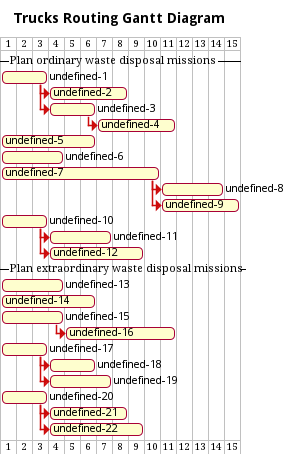
SmartWasteCollection/project-management keeps this PlantUML diagram as uml/gantt-trucks-routing.pm.png. Above is the earlier version.
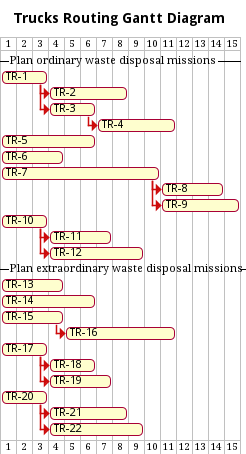
Above is the later version.

Change to the diagram source:
```diff
@@ -1,7 +1,7 @@
 @startgantt
 !include ../metamodels/gantt.iuml
 title Trucks Routing Gantt Diagram
-!$requirement = TR
+!define requirement TR
 --Plan ordinary waste disposal missions--
 
 task(1, 3)
```
